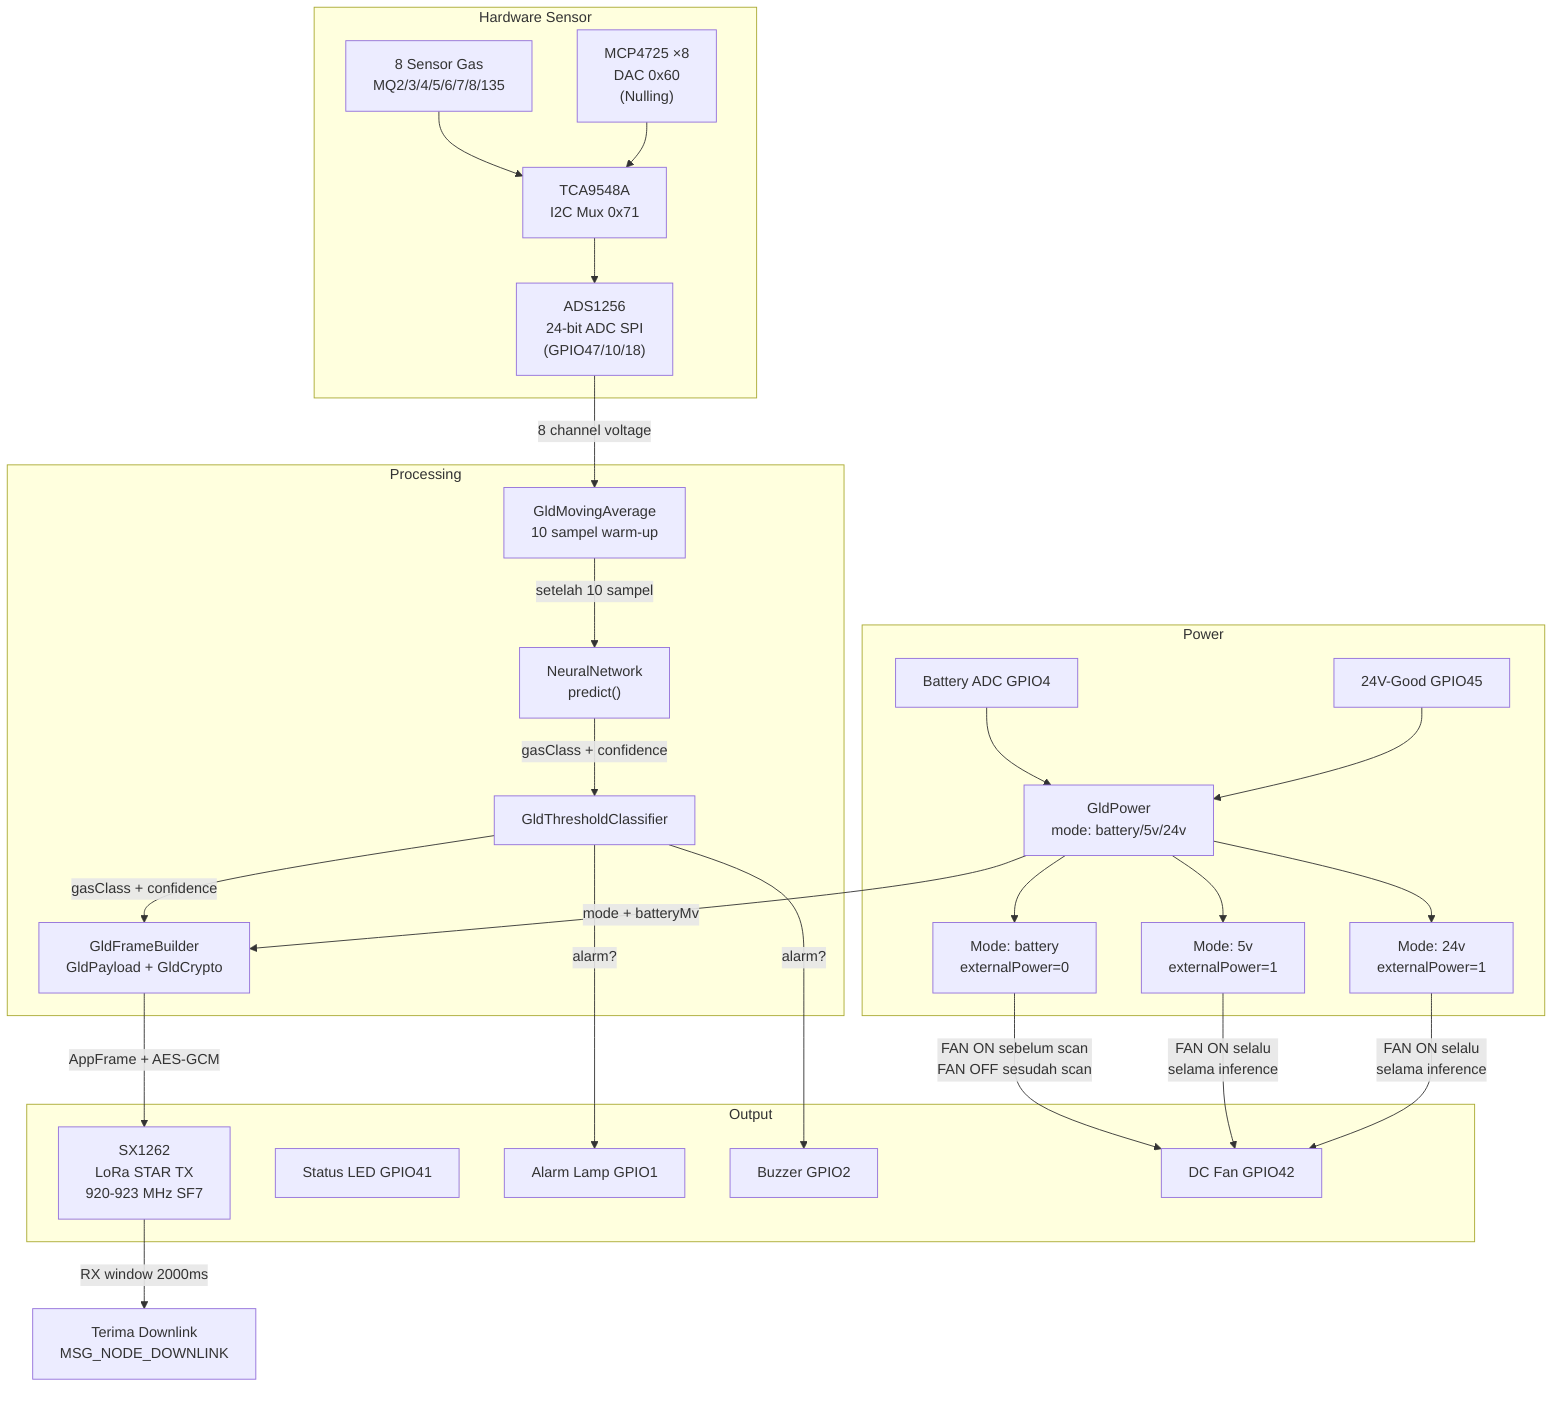
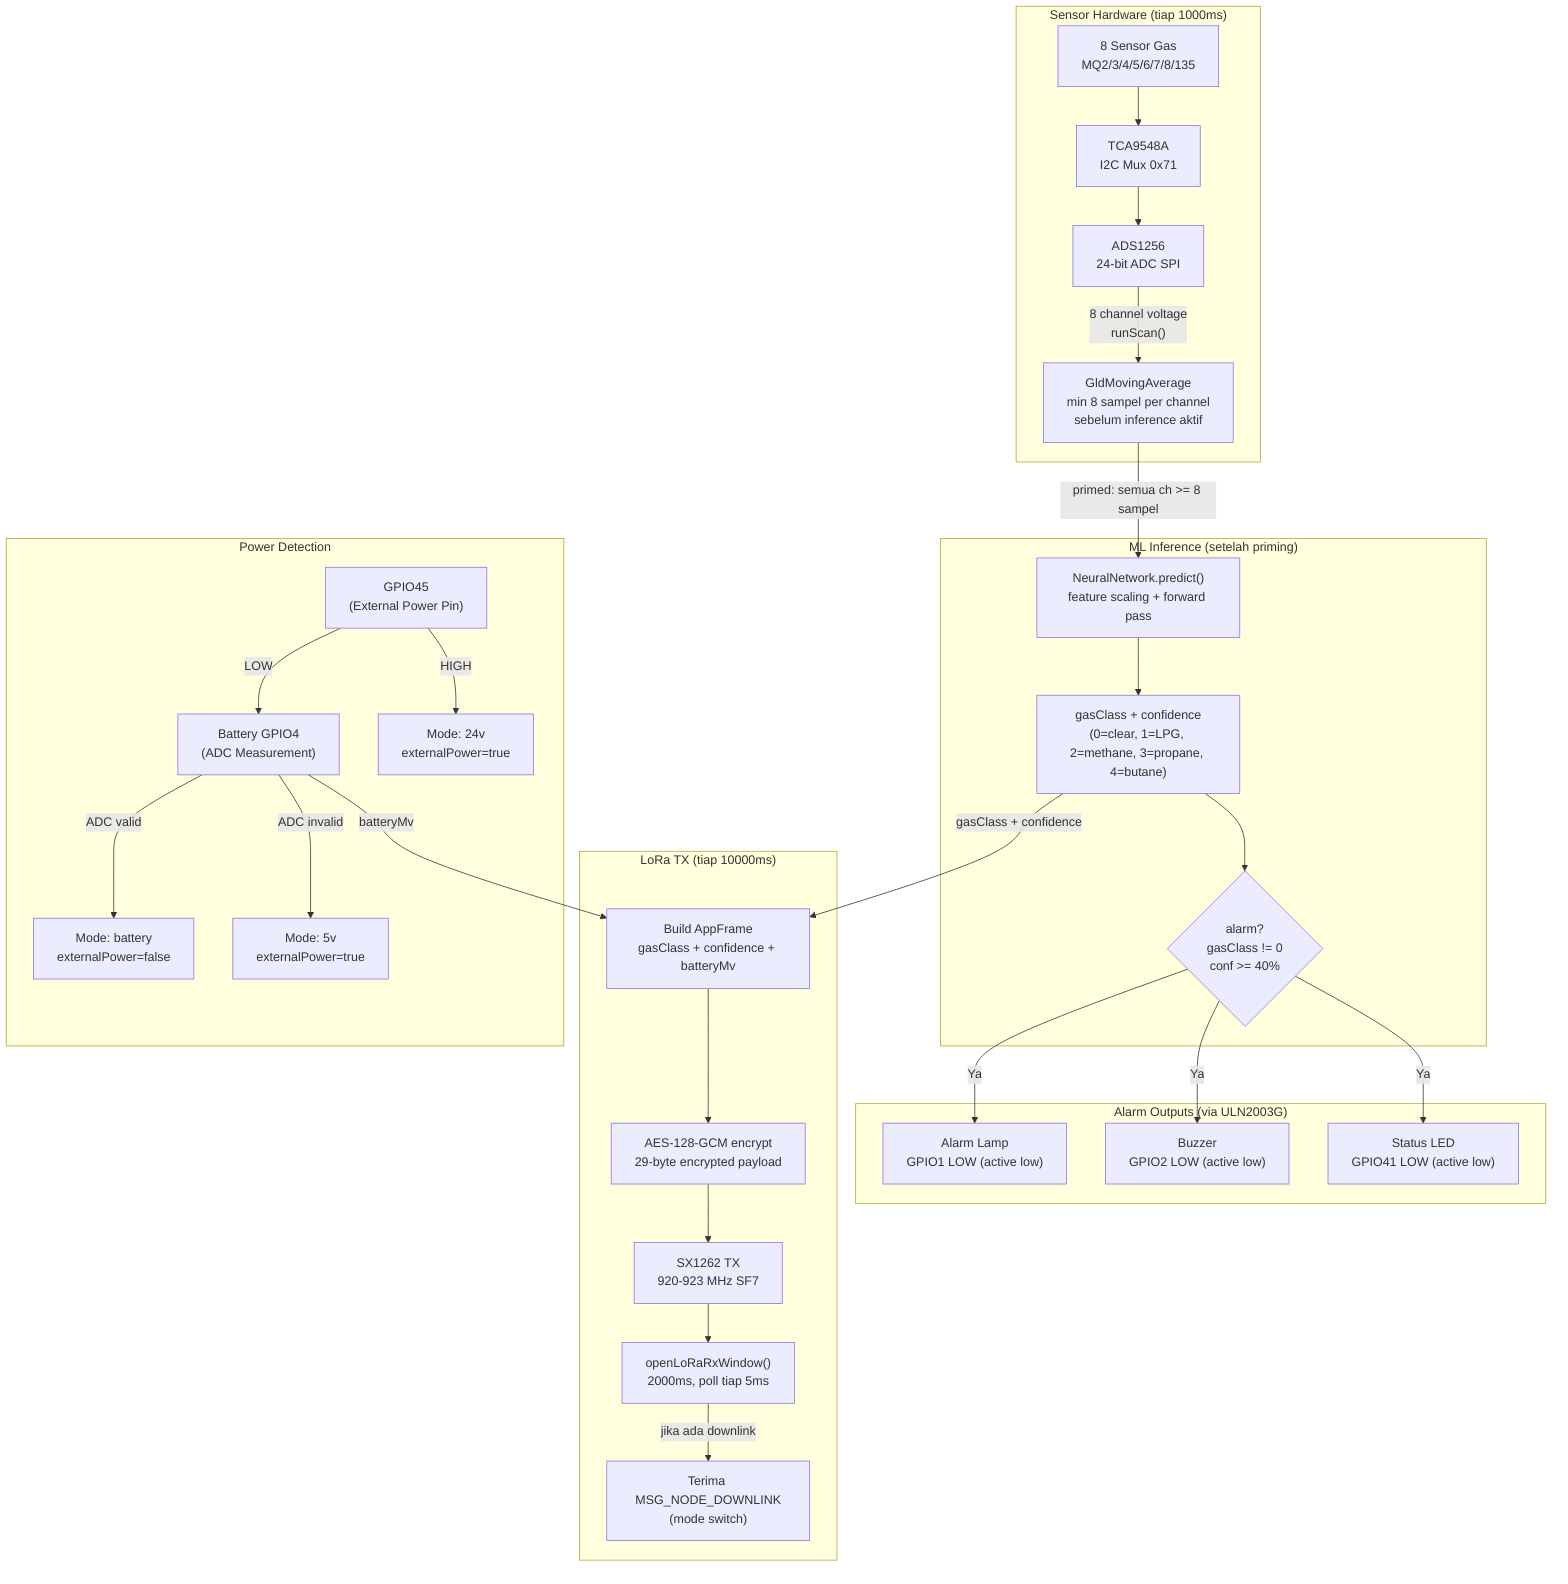
flowchart TD
-     subgraph SENSOR_BLOCK["Hardware Sensor"]
+     subgraph SENSOR_BLOCK["Sensor Hardware (tiap 1000ms)"]
        MQ["8 Sensor Gas\nMQ2/3/4/5/6/7/8/135"]
        TCA["TCA9548A\nI2C Mux 0x71"]
-         MCP["MCP4725 ×8\nDAC 0x60\n(Nulling)"]
-         ADS["ADS1256\n24-bit ADC SPI\n(GPIO47/10/18)"]
+         ADS["ADS1256\n24-bit ADC SPI"]
+         MA["GldMovingAverage\nmin 8 sampel per channel\nsebelum inference aktif"]
    end

-     subgraph PROC_BLOCK["Processing"]
-         MA["GldMovingAverage\n10 sampel warm-up"]
-         TC["GldThresholdClassifier"]
-         NN["NeuralNetwork\npredict()"]
-         FM["GldFrameBuilder\nGldPayload + GldCrypto"]
+     subgraph INFERENCE_BLOCK["ML Inference (setelah priming)"]
+         NN["NeuralNetwork.predict()\nfeature scaling + forward pass"]
+         RESULT["gasClass + confidence\n(0=clear, 1=LPG, 2=methane, 3=propane, 4=butane)"]
+         ALARM_CHK{"alarm?\ngasClass != 0\nconf >= 40%"}
    end

-     subgraph OUTPUT_BLOCK["Output"]
-         LORA["SX1262\nLoRa STAR TX\n920-923 MHz SF7"]
-         LED["Status LED GPIO41"]
-         LAMP["Alarm Lamp GPIO1"]
-         BUZ["Buzzer GPIO2"]
-         FAN["DC Fan GPIO42"]
+     subgraph ALARM_OUTPUT["Alarm Outputs (via ULN2003G)"]
+         LAMP["Alarm Lamp\nGPIO1 LOW (active low)"]
+         BUZ["Buzzer\nGPIO2 LOW (active low)"]
+         LED["Status LED\nGPIO41 LOW (active low)"]
    end

-     subgraph POWER_BLOCK["Power"]
-         BATT["Battery ADC GPIO4"]
-         PWR24["24V-Good GPIO45"]
-         POWER["GldPower\nmode: battery/5v/24v"]
-         PMODE_BATT["Mode: battery\nexternalPower=0"]
-         PMODE_5V["Mode: 5v\nexternalPower=1"]
-         PMODE_24V["Mode: 24v\nexternalPower=1"]
+     subgraph TX_BLOCK["LoRa TX (tiap 10000ms)"]
+         BUILD["Build AppFrame\ngasClass + confidence + batteryMv"]
+         ENC["AES-128-GCM encrypt\n29-byte encrypted payload"]
+         LORA["SX1262 TX\n920-923 MHz SF7"]
+         RX["openLoRaRxWindow()\n2000ms, poll tiap 5ms"]
+         DNLK["Terima MSG_NODE_DOWNLINK\n(mode switch)"]
+     end
+ 
+     subgraph POWER_BLOCK["Power Detection"]
+         P45["GPIO45\n(External Power Pin)"]
+         BATGPIO4["Battery GPIO4\n(ADC Measurement)"]
+         PM24["Mode: 24v\nexternalPower=true"]
+         PMBAT["Mode: battery\nexternalPower=false"]
+         PM5V["Mode: 5v\nexternalPower=true"]
    end

    MQ --> TCA
    TCA --> ADS
-     MCP --> TCA
-     ADS -->|"8 channel voltage"| MA
-     MA -->|"setelah 10 sampel"| NN
-     NN -->|"gasClass + confidence"| TC
-     TC -->|"alarm?"| LAMP
-     TC -->|"alarm?"| BUZ
-     TC -->|"gasClass + confidence"| FM
+     ADS -->|"8 channel voltage\nrunScan()"| MA
+     MA -->|"primed: semua ch >= 8 sampel"| NN
+     NN --> RESULT
+     RESULT --> ALARM_CHK
+     ALARM_CHK -->|"Ya"| LAMP
+     ALARM_CHK -->|"Ya"| BUZ
+     ALARM_CHK -->|"Ya"| LED

-     BATT --> POWER
-     PWR24 --> POWER
-     POWER --> PMODE_BATT
-     POWER --> PMODE_5V
-     POWER --> PMODE_24V
-     POWER -->|"mode + batteryMv"| FM
+     P45 -->|"HIGH"| PM24
+     P45 -->|"LOW"| BATGPIO4
+     BATGPIO4 -->|"ADC valid"| PMBAT
+     BATGPIO4 -->|"ADC invalid"| PM5V

-     PMODE_BATT -->|"FAN ON sebelum scan\nFAN OFF sesudah scan"| FAN
-     PMODE_5V -->|"FAN ON selalu\nselama inference"| FAN
-     PMODE_24V -->|"FAN ON selalu\nselama inference"| FAN
- 
-     FM -->|"AppFrame + AES-GCM"| LORA
-     LORA -->|"RX window 2000ms"| DOWNLINK_RX["Terima Downlink\nMSG_NODE_DOWNLINK"]+     BATGPIO4 -->|"batteryMv"| BUILD
+     RESULT -->|"gasClass + confidence"| BUILD
+     BUILD --> ENC
+     ENC --> LORA
+     LORA --> RX
+     RX -->|"jika ada downlink"| DNLK